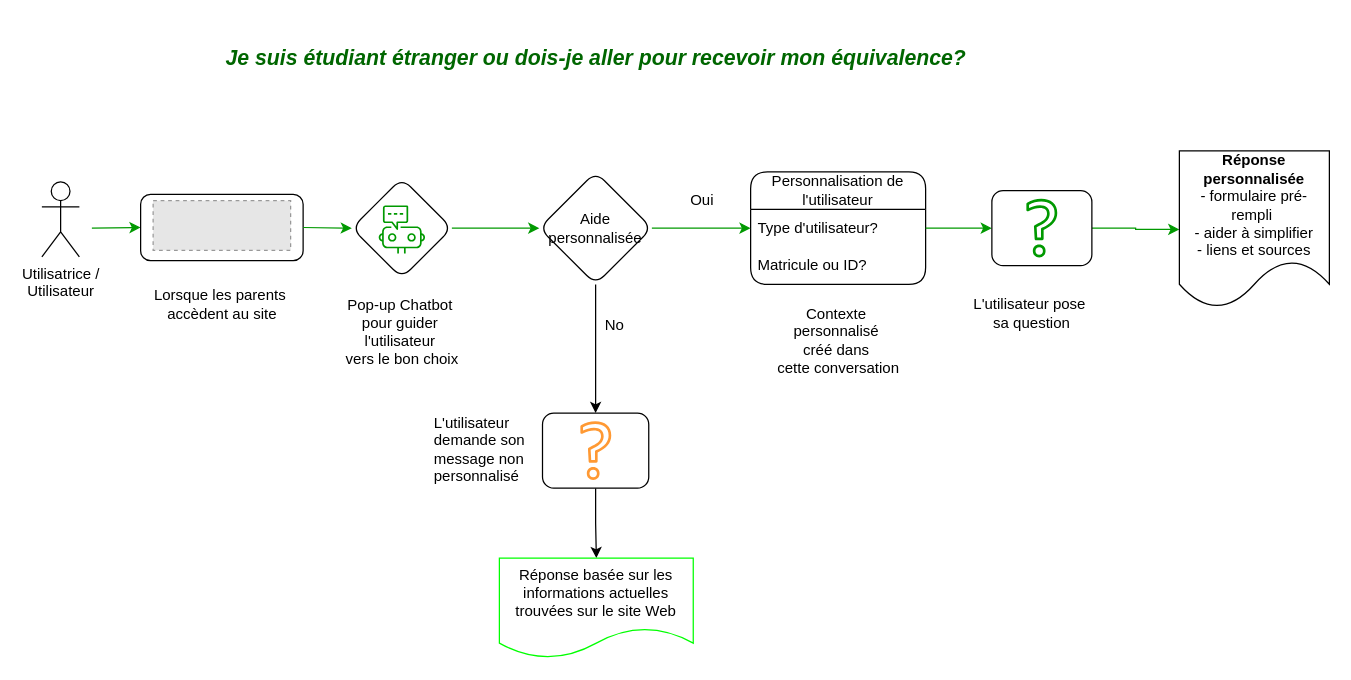
Above: user-flow.drawio in developerforgood/hacknwow (draw.io), before the change. Source tidied: cells renumbered, new cells numbered last; positions are measured from the earlier drawing's top-left corner, leaving out a move shared by most shapes. Both pictures are drawn from the tidied source at 125%, with x=0, y=0 at pixel (41, 21). Pictures stored in the file or linked from it are replaced by grey dashed boxes.
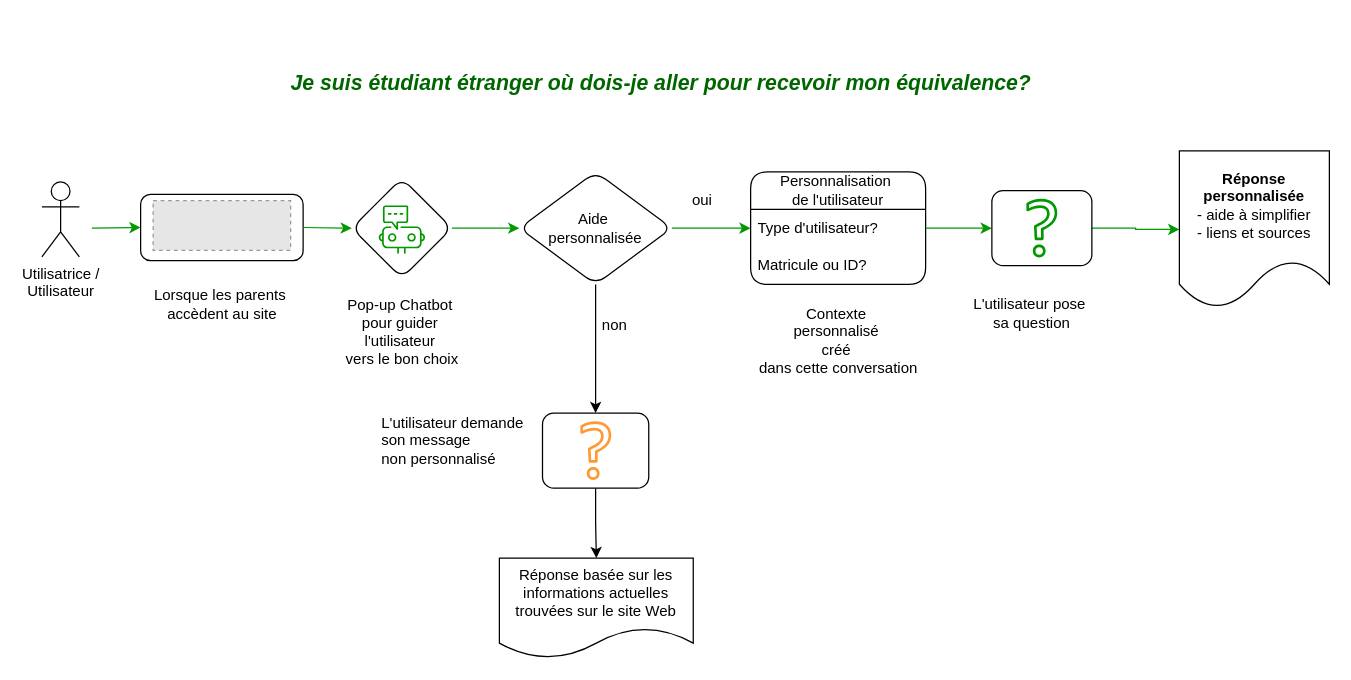
The same page after the edit.

The edit, as a diff of the source:
```diff
@@
-    <mxCell id="12" value="Personnalisation de l'utilisateur" style="swimlane;fontStyle=0;horizontal=1;startSize=30;whiteSpace=wrap;html=1;rounded=1;" parent="1" vertex="1">
+    <mxCell id="12" value="Personnalisation&amp;nbsp;&lt;div&gt;de l'utilisateur&lt;/div&gt;" style="swimlane;fontStyle=0;horizontal=1;startSize=30;whiteSpace=wrap;html=1;rounded=1;" parent="1" vertex="1">
       <mxGeometry x="567" y="120" width="140" height="90" as="geometry" />
     </mxCell>
@@
-    <mxCell id="16" value="Contexte&amp;nbsp;&lt;div&gt;personnalisé&amp;nbsp;&lt;div&gt;créé dans&amp;nbsp;&lt;/div&gt;&lt;div&gt;&lt;span style=&quot;background-color: initial;&quot;&gt;cette conversation&lt;/span&gt;&lt;/div&gt;&lt;/div&gt;" style="text;html=1;align=center;verticalAlign=middle;strokeColor=none;fillColor=none;" parent="1" vertex="1">
-      <mxGeometry x="577" y="220" width="120" height="70" as="geometry" />
+    <mxCell id="16" value="Contexte&amp;nbsp;&lt;div&gt;personnalisé&amp;nbsp;&lt;div&gt;créé&amp;nbsp;&lt;/div&gt;&lt;div&gt;dans&amp;nbsp;&lt;span style=&quot;background-color: initial;&quot;&gt;cette conversation&lt;/span&gt;&lt;/div&gt;&lt;/div&gt;" style="text;html=1;align=center;verticalAlign=middle;strokeColor=none;fillColor=none;" parent="1" vertex="1">
+      <mxGeometry x="562" y="220" width="150" height="70" as="geometry" />
     </mxCell>
@@
-    <mxCell id="24" value="Aide personnalisée" style="rhombus;whiteSpace=wrap;html=1;rounded=1;" parent="1" vertex="1">
-      <mxGeometry x="398" y="120" width="90" height="90" as="geometry" />
+    <mxCell id="24" value="Aide&amp;nbsp;&lt;div&gt;personnalisée&lt;/div&gt;" style="rhombus;whiteSpace=wrap;html=1;rounded=1;" parent="1" vertex="1">
+      <mxGeometry x="382" y="120" width="122" height="90" as="geometry" />
     </mxCell>
-    <mxCell id="25" value="No" style="text;html=1;align=center;verticalAlign=middle;strokeColor=none;fillColor=none;" parent="1" vertex="1">
+    <mxCell id="25" value="non" style="text;html=1;align=center;verticalAlign=middle;strokeColor=none;fillColor=none;" parent="1" vertex="1">
       <mxGeometry x="438" y="228" width="40" height="30" as="geometry" />
     </mxCell>
-    <mxCell id="26" value="Oui" style="text;html=1;align=center;verticalAlign=middle;strokeColor=none;fillColor=none;" parent="1" vertex="1">
+    <mxCell id="26" value="oui" style="text;html=1;align=center;verticalAlign=middle;strokeColor=none;fillColor=none;" parent="1" vertex="1">
       <mxGeometry x="508" y="128" width="40" height="30" as="geometry" />
     </mxCell>
@@
-    <mxCell id="28" value="L'utilisateur demande son message non personnalisé" style="text;whiteSpace=wrap;" parent="1" vertex="1">
-      <mxGeometry x="312" y="306.5" width="80" height="40" as="geometry" />
+    <mxCell id="28" value="L'utilisateur demande &#10;son message &#10;non personnalisé" style="text;whiteSpace=wrap;" parent="1" vertex="1">
+      <mxGeometry x="270" y="306.5" width="122" height="40" as="geometry" />
     </mxCell>
-    <mxCell id="29" value="&lt;b&gt;Réponse personnalisée&lt;/b&gt;&lt;div&gt;- formulaire pré-rempli&amp;nbsp;&lt;/div&gt;&lt;div&gt;- aider à simplifier&lt;/div&gt;&lt;div&gt;- liens et sources&lt;/div&gt;" style="shape=document;whiteSpace=wrap;html=1;boundedLbl=1;" parent="1" vertex="1">
+    <mxCell id="29" value="&lt;b&gt;Réponse personnalisée&lt;/b&gt;&lt;div&gt;&lt;span style=&quot;background-color: initial;&quot;&gt;- aide à simplifier&lt;/span&gt;&lt;br&gt;&lt;/div&gt;&lt;div&gt;- liens et sources&lt;/div&gt;" style="shape=document;whiteSpace=wrap;html=1;boundedLbl=1;" parent="1" vertex="1">
       <mxGeometry x="910" y="103.2" width="120" height="125.5" as="geometry" />
     </mxCell>
-    <mxCell id="30" value="Réponse basée sur les informations actuelles trouvées sur le site Web" style="shape=document;whiteSpace=wrap;html=1;boundedLbl=1;strokeColor=#00FF00;" parent="1" vertex="1">
+    <mxCell id="30" value="Réponse basée sur les informations actuelles trouvées sur le site Web" style="shape=document;whiteSpace=wrap;html=1;boundedLbl=1;strokeColor=#000000;" parent="1" vertex="1">
       <mxGeometry x="366" y="429" width="155.1" height="80" as="geometry" />
     </mxCell>
@@
-    <mxCell id="32" value="&lt;span dir=&quot;ltr&quot; class=&quot;ui-provider hr bwn bwo bwp bwq bwr bws bwt bwu bwv bww bwx bwy bwz bxa bxb bxc bxd bxe bxf bxg bxh bxi bxj bxk bxl bxm bxn bxo bxp bxq bxr bxs bxt bxu&quot;&gt;&lt;p&gt;&lt;i style=&quot;&quot;&gt;&lt;font color=&quot;#006600&quot; size=&quot;1&quot; style=&quot;&quot;&gt;&lt;b style=&quot;font-size: 17px;&quot;&gt;Je suis étudiant étranger ou dois-je aller pour recevoir mon équivalence?&lt;/b&gt;&lt;/font&gt;&lt;/i&gt;&lt;/p&gt;&lt;p&gt;&lt;/p&gt;&lt;/span&gt;" style="text;html=1;align=center;verticalAlign=middle;strokeColor=none;fillColor=none;" parent="1" vertex="1">
-      <mxGeometry x="133" width="620" height="60" as="geometry" />
+    <mxCell id="32" value="&lt;span dir=&quot;ltr&quot; class=&quot;ui-provider hr bwn bwo bwp bwq bwr bws bwt bwu bwv bww bwx bwy bwz bxa bxb bxc bxd bxe bxf bxg bxh bxi bxj bxk bxl bxm bxn bxo bxp bxq bxr bxs bxt bxu&quot;&gt;&lt;p&gt;&lt;i style=&quot;&quot;&gt;&lt;font color=&quot;#006600&quot; size=&quot;1&quot; style=&quot;&quot;&gt;&lt;b style=&quot;font-size: 17px;&quot;&gt;Je suis étudiant étranger où dois-je aller pour recevoir mon équivalence?&lt;/b&gt;&lt;/font&gt;&lt;/i&gt;&lt;/p&gt;&lt;p&gt;&lt;/p&gt;&lt;/span&gt;" style="text;html=1;align=center;verticalAlign=middle;strokeColor=none;fillColor=none;" parent="1" vertex="1">
+      <mxGeometry x="185" y="20" width="620" height="60" as="geometry" />
     </mxCell>
```
